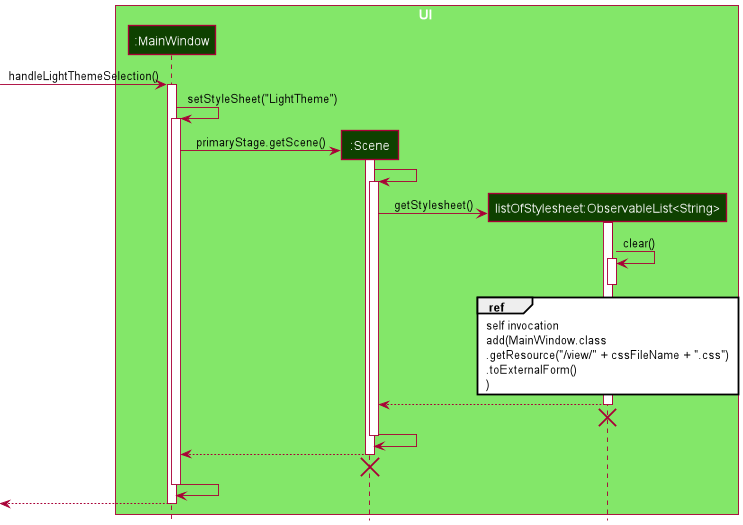
zhaolingshan/tp keeps this PlantUML diagram as docs/images/ModeSequenceDiagram.png. Above is the earlier version.
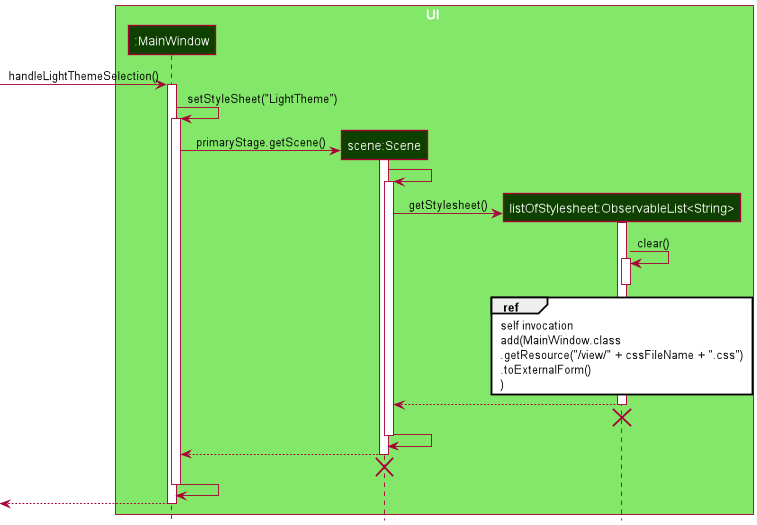
After the commit.

The edit, as a diff of the source:
```diff
@@ -3,7 +3,7 @@
 
 box UI UI_COLOR_T1
 participant ":MainWindow" as MainWindow UI_COLOR_T4
-participant ":Scene" as Scene UI_COLOR_T4
+participant "scene:Scene" as Scene UI_COLOR_T4
 participant "listOfStylesheet:ObservableList<String>" as list UI_COLOR_T4
 end box
 
```
